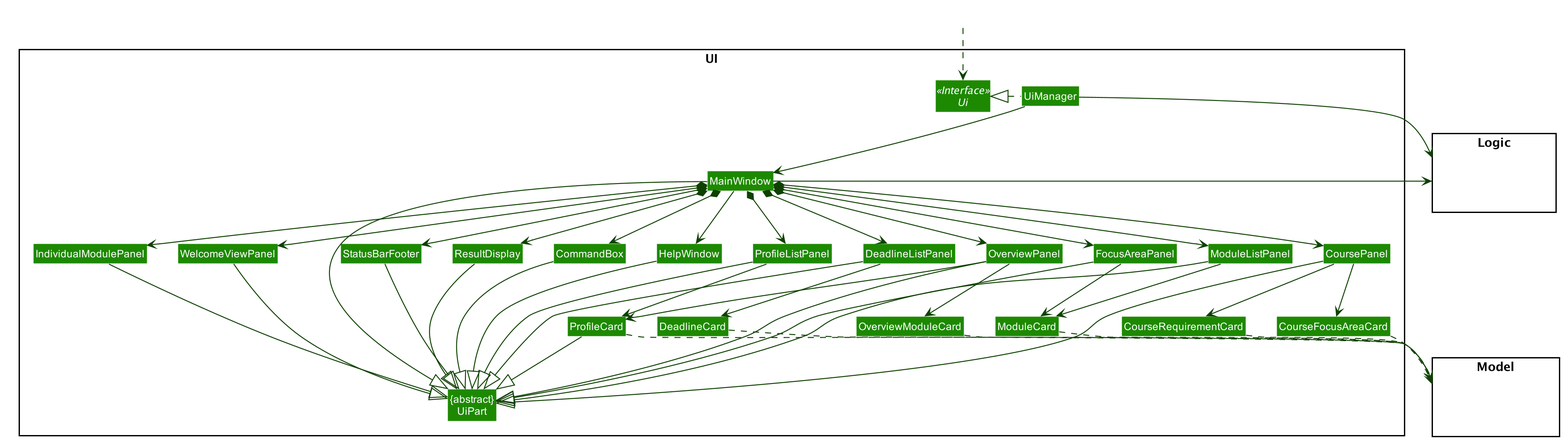
nus-cs2103-AY1920S2/addressbook-level3 keeps this PlantUML diagram as docs/images/UiClassDiagram.png. Above is the earlier version.
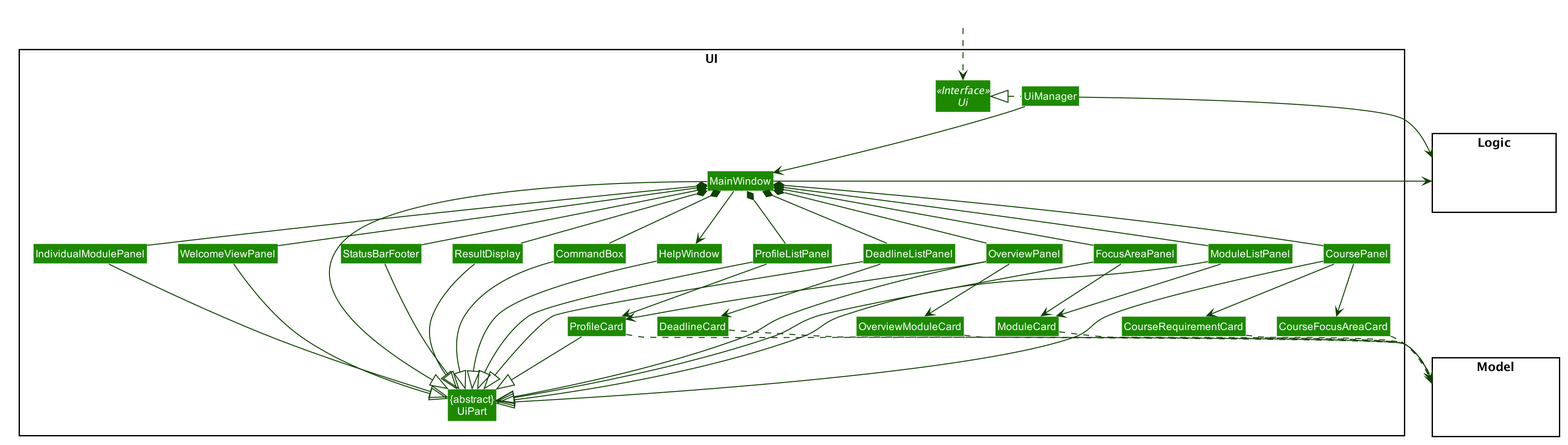
The same diagram one commit later.

Change to the diagram source:
```diff
@@ -91,17 +91,17 @@
 UiManager .left.|> Ui
 UiManager -down-> MainWindow
 MainWindow --> HelpWindow
-MainWindow *-down-> CommandBox
-MainWindow *-down-> ResultDisplay
-MainWindow *-down-> ProfileListPanel
-MainWindow *-down-> StatusBarFooter
-MainWindow *-down-> DeadlineListPanel
-MainWindow *-down-> FocusAreaPanel
-MainWindow *-down-> CoursePanel
-MainWindow *-down-> OverviewPanel
-MainWindow *-down-> ModuleListPanel
-MainWindow *-down-> IndividualModulePanel
-MainWindow *-down-> WelcomeViewPanel
+MainWindow *-down- CommandBox
+MainWindow *-down- ResultDisplay
+MainWindow *-down- ProfileListPanel
+MainWindow *-down- StatusBarFooter
+MainWindow *-down- DeadlineListPanel
+MainWindow *-down- FocusAreaPanel
+MainWindow *-down- CoursePanel
+MainWindow *-down- OverviewPanel
+MainWindow *-down- ModuleListPanel
+MainWindow *-down- IndividualModulePanel
+MainWindow *-down- WelcomeViewPanel
 
 
 
```
